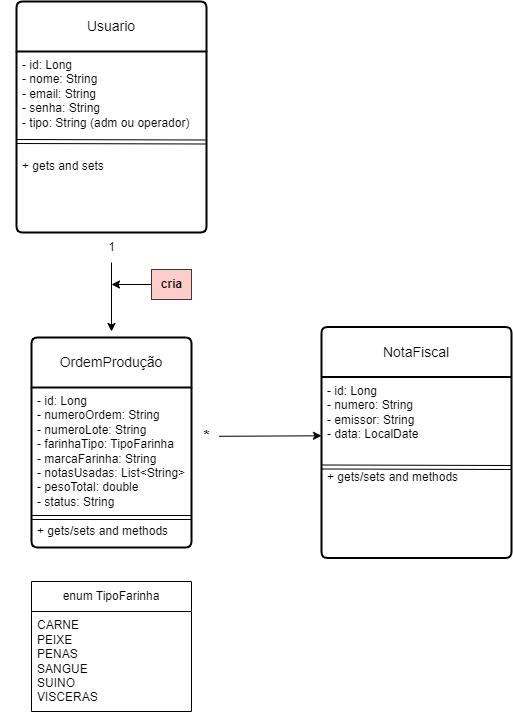
MoizesJr/rastreabilidadeOP keeps this draw.io diagram as UML OP.drawio.png. Above is the earlier version. Source tidied: cells renumbered, new cells last; positions are measured from the earlier drawing's top-left corner, leaving out a move shared by most shapes.
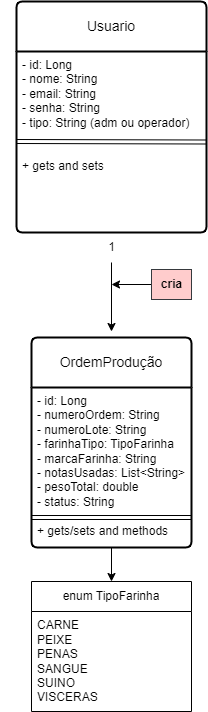
The same diagram one commit later.

The edit, as a diff of the source:
```diff
@@ -60,41 +60,19 @@
     <mxCell id="16" value="1" style="text;html=1;align=center;verticalAlign=middle;points=[];strokeColor=none;fillColor=none;" parent="1" vertex="1">
       <mxGeometry x="80" y="231" width="30" height="30" as="geometry" />
     </mxCell>
-    <mxCell id="17" value="NotaFiscal" style="swimlane;horizontal=1;startSize=50;rounded=1;fontSize=14;fontStyle=0;strokeWidth=2;shadow=0;dashed=0;align=center;arcSize=4;whiteSpace=wrap;html=1;" parent="1" vertex="1">
-      <mxGeometry x="305" y="325.5" width="190" height="231" as="geometry" />
-    </mxCell>
-    <mxCell id="18" value="- id: Long&lt;div&gt;- numero: String&lt;/div&gt;&lt;div&gt;- emissor: String&lt;/div&gt;&lt;div&gt;&lt;span style=&quot;background-color: transparent;&quot;&gt;- data: LocalDate&lt;/span&gt;&lt;/div&gt;&lt;div&gt;&lt;br&gt;&lt;/div&gt;&lt;div&gt;&lt;br&gt;&lt;/div&gt;&lt;div&gt;+ gets/sets and methods&lt;/div&gt;" style="align=left;strokeColor=none;fillColor=none;spacingLeft=4;spacingRight=4;fontSize=12;verticalAlign=top;html=1;whiteSpace=wrap;" parent="17" vertex="1">
-      <mxGeometry y="50" width="190" height="181" as="geometry" />
-    </mxCell>
-    <mxCell id="19" style="edgeStyle=orthogonalEdgeStyle;rounded=0;orthogonalLoop=1;jettySize=auto;html=1;exitX=0.5;exitY=1;exitDx=0;exitDy=0;" parent="17" edge="1" source="18" target="18">
-      <mxGeometry relative="1" as="geometry" />
-    </mxCell>
-    <mxCell id="20" style="shape=link;html=1;" parent="17" edge="1" target="18">
-      <mxGeometry relative="1" as="geometry">
-        <mxPoint y="180" as="sourcePoint" />
-      </mxGeometry>
-    </mxCell>
-    <mxCell id="21" style="shape=link;html=1;entryX=1;entryY=0.5;entryDx=0;entryDy=0;" parent="17" edge="1" target="18">
-      <mxGeometry relative="1" as="geometry">
-        <mxPoint y="140" as="sourcePoint" />
-      </mxGeometry>
-    </mxCell>
-    <mxCell id="22" style="edgeStyle=none;html=1;exitX=0.918;exitY=0.493;exitDx=0;exitDy=0;exitPerimeter=0;" parent="1" edge="1" source="24">
-      <mxGeometry relative="1" as="geometry">
-        <mxPoint x="305" y="434.3" as="targetPoint" />
-      </mxGeometry>
-    </mxCell>
-    <mxCell id="23" style="edgeStyle=none;html=1;exitX=1;exitY=0.25;exitDx=0;exitDy=0;" parent="1" edge="1" source="3" target="24">
-      <mxGeometry relative="1" as="geometry" />
+    <mxCell id="23" style="edgeStyle=none;html=1;exitX=1;exitY=0.25;exitDx=0;exitDy=0;" parent="1" edge="1" source="3">
+      <mxGeometry relative="1" as="geometry">
+        <mxPoint x="175" y="426" as="targetPoint" />
+      </mxGeometry>
     </mxCell>
-    <mxCell id="24" value="&lt;font style=&quot;font-size: 16px;&quot;&gt;&lt;b&gt;*&lt;/b&gt;&lt;/font&gt;" style="text;html=1;align=center;verticalAlign=middle;points=[];strokeColor=none;fillColor=none;" parent="1" vertex="1">
-      <mxGeometry x="175" y="420" width="30" height="30" as="geometry" />
-    </mxCell>
     <mxCell id="25" value="enum TipoFarinha" style="swimlane;fontStyle=0;horizontal=1;startSize=30;whiteSpace=wrap;html=1;" parent="1" vertex="1">
       <mxGeometry x="15" y="580" width="160" height="130" as="geometry" />
     </mxCell>
     <mxCell id="26" value="CARNE&lt;div&gt;PEIXE&lt;/div&gt;&lt;div&gt;PENAS&lt;/div&gt;&lt;div&gt;SANGUE&lt;/div&gt;&lt;div&gt;SUINO&lt;/div&gt;&lt;div&gt;VISCERAS&lt;/div&gt;" style="text;strokeColor=none;fillColor=none;align=left;verticalAlign=middle;spacingLeft=4;spacingRight=4;overflow=hidden;whiteSpace=wrap;html=1;" parent="25" vertex="1">
       <mxGeometry y="30" width="160" height="100" as="geometry" />
     </mxCell>
+    <mxCell id="27" style="edgeStyle=none;html=1;exitX=0.5;exitY=1;exitDx=0;exitDy=0;" parent="1" edge="1" source="3" target="25">
+      <mxGeometry relative="1" as="geometry" />
+    </mxCell>
   </root>
 </mxGraphModel>
```
